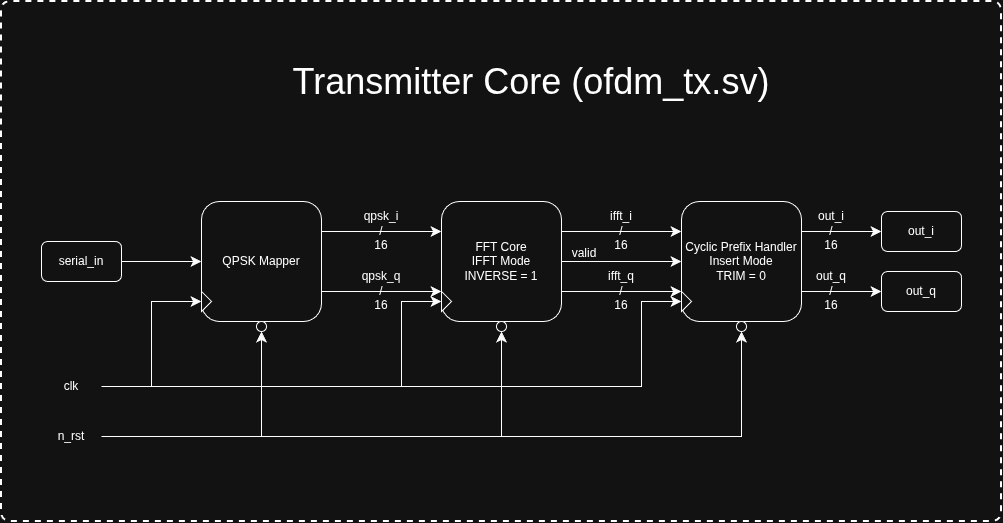
Before: diagrams/transmittercorertl.png, a diagram exported from draw.io (Yauk-An-Ant/OFDM-Baseband-PHY-FPGA). Source tidied: cells renumbered, new cells last; positions are measured from the earlier drawing's top-left corner, leaving out a move shared by most shapes.
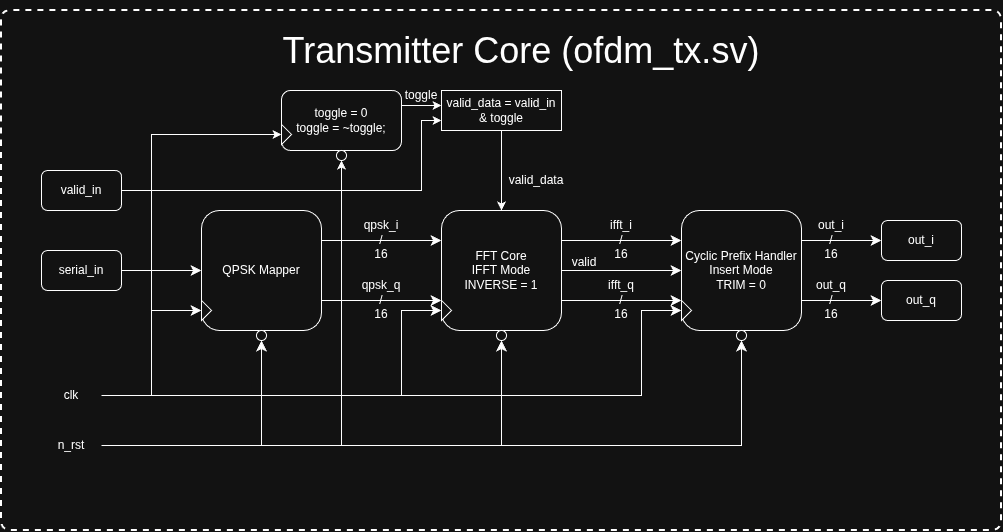
After the change.

Diff of the diagram source:
```diff
@@ -63,7 +63,7 @@
       <mxGeometry x="880" y="270" width="80" height="40" as="geometry" />
     </mxCell>
     <mxCell id="22" value="Transmitter Core (ofdm_tx.sv)" style="text;html=1;whiteSpace=wrap;strokeColor=none;fillColor=none;align=center;verticalAlign=middle;rounded=0;fontFamily=Helvetica;fontSize=36;fontColor=default;labelBackgroundColor=default;" parent="1" vertex="1">
-      <mxGeometry x="280" y="30" width="500" height="100" as="geometry" />
+      <mxGeometry x="270" y="-10" width="500" height="100" as="geometry" />
     </mxCell>
     <mxCell id="23" value=" " style="endArrow=none;dashed=1;html=1;strokeWidth=2;rounded=1;strokeColor=default;align=center;verticalAlign=middle;fontFamily=Helvetica;fontSize=12;fontColor=default;labelBackgroundColor=default;edgeStyle=orthogonalEdgeStyle;startSize=8;endSize=8;curved=0;" parent="1" edge="1">
       <mxGeometry relative="1" as="geometry">
@@ -96,6 +96,14 @@
         </Array>
       </mxGeometry>
     </mxCell>
+    <mxCell id="39" style="edgeStyle=orthogonalEdgeStyle;rounded=0;jettySize=auto;html=1;exitX=1;exitY=0.5;exitDx=0;exitDy=0;entryX=0;entryY=0.5;entryDx=0;entryDy=0;" parent="1" edge="1" source="27" target="43">
+      <mxGeometry relative="1" as="geometry">
+        <Array as="points">
+          <mxPoint x="150" y="385" />
+          <mxPoint x="150" y="124" />
+        </Array>
+      </mxGeometry>
+    </mxCell>
     <mxCell id="27" value="clk" style="text;html=1;whiteSpace=wrap;strokeColor=none;fillColor=none;align=center;verticalAlign=middle;rounded=0;fontFamily=Helvetica;fontSize=12;fontColor=default;labelBackgroundColor=default;" parent="1" vertex="1">
       <mxGeometry x="40" y="370" width="60" height="30" as="geometry" />
     </mxCell>
@@ -108,6 +116,9 @@
     <mxCell id="30" style="edgeStyle=orthogonalEdgeStyle;shape=connector;rounded=0;jettySize=auto;html=1;exitX=1;exitY=0.5;exitDx=0;exitDy=0;entryX=0.5;entryY=1;entryDx=0;entryDy=0;strokeColor=default;align=center;verticalAlign=middle;fontFamily=Helvetica;fontSize=12;fontColor=default;labelBackgroundColor=default;startSize=8;endArrow=classic;endSize=8;" parent="1" edge="1" source="31" target="37">
       <mxGeometry relative="1" as="geometry" />
     </mxCell>
+    <mxCell id="40" style="edgeStyle=orthogonalEdgeStyle;rounded=0;jettySize=auto;html=1;exitX=1;exitY=0.5;exitDx=0;exitDy=0;entryX=0.5;entryY=1;entryDx=0;entryDy=0;" parent="1" edge="1" source="31" target="44">
+      <mxGeometry relative="1" as="geometry" />
+    </mxCell>
     <mxCell id="31" value="n_rst" style="text;html=1;whiteSpace=wrap;strokeColor=none;fillColor=none;align=center;verticalAlign=middle;rounded=0;fontFamily=Helvetica;fontSize=12;fontColor=default;labelBackgroundColor=default;" parent="1" vertex="1">
       <mxGeometry x="40" y="420" width="60" height="30" as="geometry" />
     </mxCell>
@@ -132,5 +143,45 @@
     <mxCell id="38" value="valid" style="text;html=1;whiteSpace=wrap;strokeColor=none;fillColor=none;align=center;verticalAlign=middle;rounded=0;" parent="1" vertex="1">
       <mxGeometry x="553" y="237" width="60" height="30" as="geometry" />
     </mxCell>
+    <mxCell id="41" style="group;" parent="1" vertex="1">
+      <mxGeometry x="280" y="80" width="120" height="70" as="geometry" />
+    </mxCell>
+    <mxCell id="42" value="&lt;div&gt;toggle = 0&lt;/div&gt;toggle = ~toggle;" style="rounded=1;whiteSpace=wrap;html=1;" parent="41" vertex="1">
+      <mxGeometry width="120" height="60" as="geometry" />
+    </mxCell>
+    <mxCell id="43" style="triangle;whiteSpace=wrap;html=1;fontFamily=Helvetica;fontSize=12;fontColor=default;labelBackgroundColor=default;" parent="41" vertex="1">
+      <mxGeometry y="34" width="10" height="20" as="geometry" />
+    </mxCell>
+    <mxCell id="44" style="ellipse;whiteSpace=wrap;html=1;fontFamily=Helvetica;fontSize=12;fontColor=default;labelBackgroundColor=default;" parent="41" vertex="1">
+      <mxGeometry x="55" y="60" width="10" height="10" as="geometry" />
+    </mxCell>
+    <mxCell id="45" style="edgeStyle=orthogonalEdgeStyle;rounded=0;jettySize=auto;html=1;exitX=1;exitY=0.5;exitDx=0;exitDy=0;entryX=0;entryY=0.75;entryDx=0;entryDy=0;" parent="1" edge="1" source="46" target="48">
+      <mxGeometry relative="1" as="geometry">
+        <Array as="points">
+          <mxPoint x="420" y="180" />
+          <mxPoint x="420" y="110" />
+        </Array>
+      </mxGeometry>
+    </mxCell>
+    <mxCell id="46" value="valid_in" style="rounded=1;whiteSpace=wrap;html=1;" parent="1" vertex="1">
+      <mxGeometry x="40" y="160" width="80" height="40" as="geometry" />
+    </mxCell>
+    <mxCell id="47" style="edgeStyle=orthogonalEdgeStyle;rounded=0;jettySize=auto;html=1;exitX=0.5;exitY=1;exitDx=0;exitDy=0;entryX=0.5;entryY=0;entryDx=0;entryDy=0;" parent="1" edge="1" source="48" target="16">
+      <mxGeometry relative="1" as="geometry" />
+    </mxCell>
+    <mxCell id="48" value="valid_data = valid_in &amp;amp; toggle" style="rounded=0;whiteSpace=wrap;html=1;" parent="1" vertex="1">
+      <mxGeometry x="440" y="80" width="120" height="40" as="geometry" />
+    </mxCell>
+    <mxCell id="49" style="edgeStyle=orthogonalEdgeStyle;rounded=0;jettySize=auto;html=1;exitX=1;exitY=0.25;exitDx=0;exitDy=0;" parent="1" edge="1" source="42">
+      <mxGeometry relative="1" as="geometry">
+        <mxPoint x="440" y="95" as="targetPoint" />
+      </mxGeometry>
+    </mxCell>
+    <mxCell id="50" value="valid_data" style="text;html=1;whiteSpace=wrap;strokeColor=none;fillColor=none;align=center;verticalAlign=middle;rounded=0;" parent="1" vertex="1">
+      <mxGeometry x="505" y="160" width="60" height="20" as="geometry" />
+    </mxCell>
+    <mxCell id="51" value="toggle" style="text;html=1;whiteSpace=wrap;strokeColor=none;fillColor=none;align=center;verticalAlign=middle;rounded=0;" parent="1" vertex="1">
+      <mxGeometry x="390" y="70" width="60" height="30" as="geometry" />
+    </mxCell>
   </root>
 </mxGraphModel>
```
